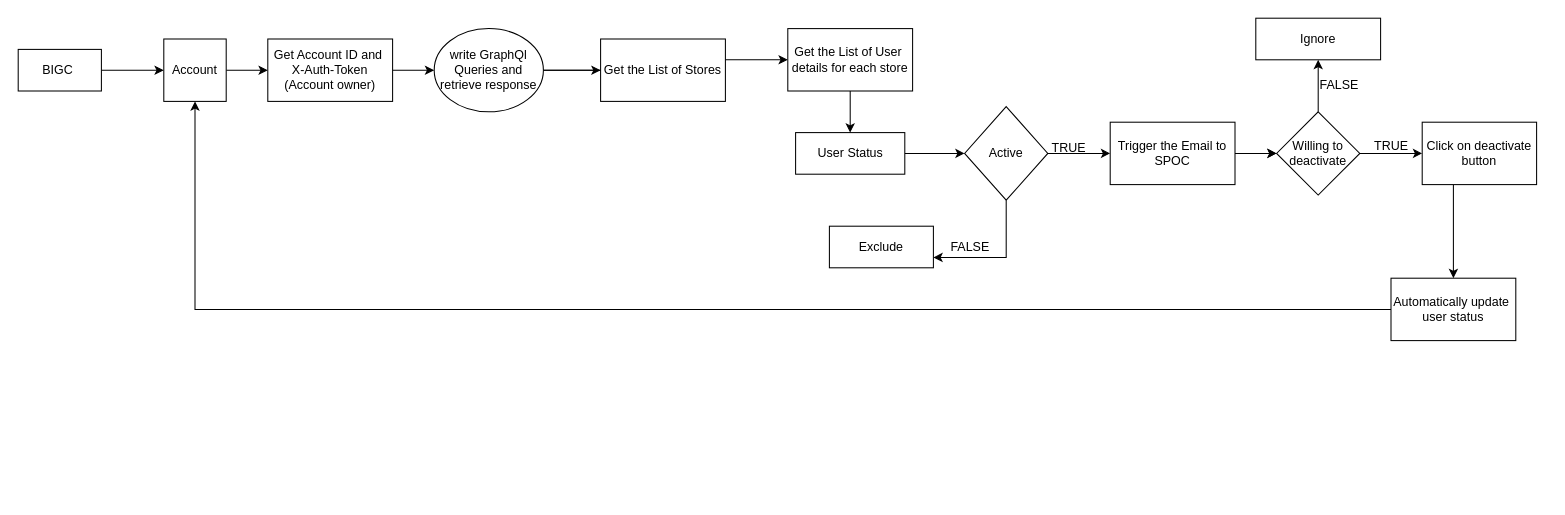
Earlier version of the draw.io diagram Untitled Diagram.drawio (Kavanam123/Archary-Game). Source tidied: cells renumbered, new cells numbered last; positions are measured from the earlier drawing's top-left corner, leaving out a move shared by most shapes. Both pictures are drawn from the tidied source at 104%, with x=0, y=0 at pixel (18, 18).
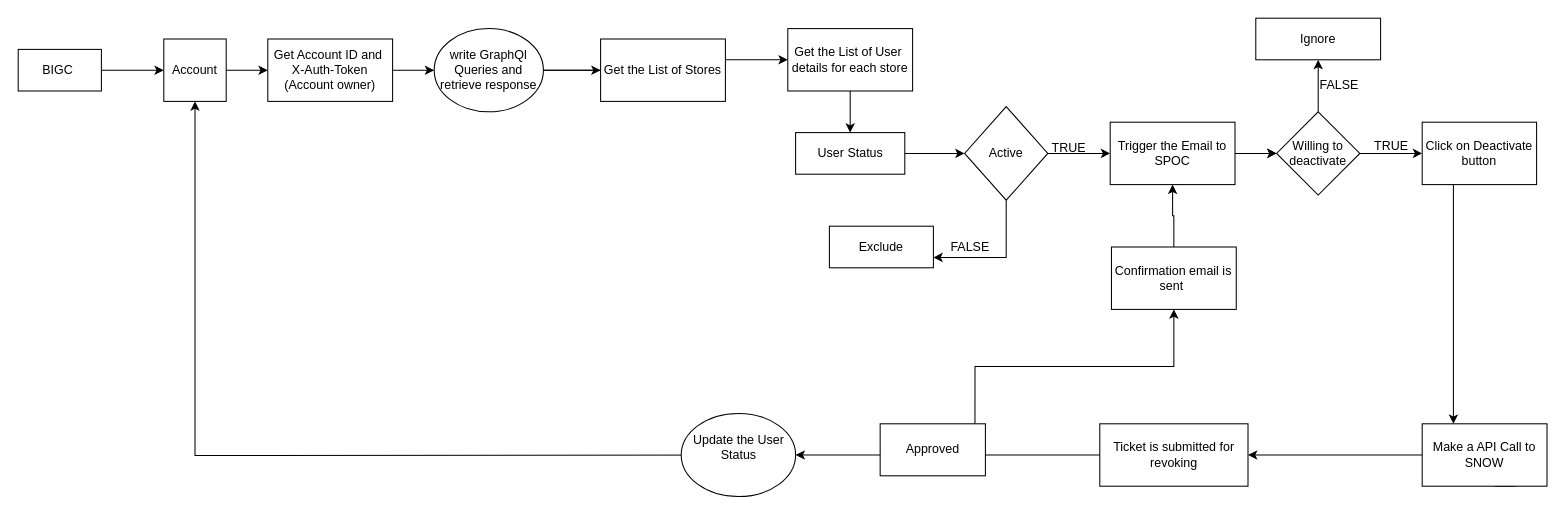
The same diagram, later.

Unchanged cells that the change refers to:
```xml
<mxCell id="5" value="Account" style="whiteSpace=wrap;html=1;rounded=0;" parent="1" vertex="1">
  <mxGeometry x="140" y="20" width="60" height="60" as="geometry" />
</mxCell>
<mxCell id="13" value="Trigger the Email to SPOC" style="whiteSpace=wrap;html=1;rounded=0;" parent="1" vertex="1">
  <mxGeometry x="1050" y="100" width="120" height="60" as="geometry" />
</mxCell>
```

What changed in the source:
```diff
@@
-    <mxCell id="28" value="Click on deactivate button" style="whiteSpace=wrap;html=1;rounded=0;" parent="1" vertex="1">
+    <mxCell id="28" value="Click on Deactivate button" style="whiteSpace=wrap;html=1;rounded=0;" parent="1" vertex="1">
       <mxGeometry x="1350" y="100" width="110" height="60" as="geometry" />
     </mxCell>
@@
-    <mxCell id="30" style="edgeStyle=orthogonalEdgeStyle;rounded=0;jettySize=auto;html=1;entryX=0.5;entryY=1;entryDx=0;entryDy=0;" parent="1" edge="1" source="31" target="5">
-      <mxGeometry relative="1" as="geometry" />
+    <mxCell id="30" style="edgeStyle=orthogonalEdgeStyle;rounded=0;jettySize=auto;html=1;entryX=0.5;entryY=1;entryDx=0;entryDy=0;exitX=0;exitY=0.5;exitDx=0;exitDy=0;" parent="1" edge="1" target="5">
+      <mxGeometry relative="1" as="geometry">
+        <mxPoint x="720" y="420" as="sourcePoint" />
+      </mxGeometry>
     </mxCell>
+    <mxCell id="35" style="edgeStyle=orthogonalEdgeStyle;rounded=0;jettySize=auto;html=1;entryX=1;entryY=0.5;entryDx=0;entryDy=0;" parent="1" edge="1" source="31" target="39">
+      <mxGeometry relative="1" as="geometry" />
+    </mxCell>
+    <mxCell id="36" style="edgeStyle=orthogonalEdgeStyle;rounded=0;jettySize=auto;html=1;exitX=0.75;exitY=1;exitDx=0;exitDy=0;" parent="1" edge="1" source="31">
+      <mxGeometry relative="1" as="geometry">
+        <mxPoint x="1420" y="440" as="targetPoint" />
+      </mxGeometry>
+    </mxCell>
-    <mxCell id="31" value="Automatically update&amp;nbsp;&lt;div&gt;user status&lt;/div&gt;" style="whiteSpace=wrap;html=1;rounded=0;" parent="1" vertex="1">
-      <mxGeometry x="1320" y="250" width="120" height="60" as="geometry" />
+    <mxCell id="31" value="Make a API Call to SNOW" style="whiteSpace=wrap;html=1;rounded=0;" parent="1" vertex="1">
+      <mxGeometry x="1350" y="390" width="120" height="60" as="geometry" />
     </mxCell>
@@
+    <mxCell id="37" style="edgeStyle=orthogonalEdgeStyle;rounded=0;jettySize=auto;html=1;entryX=1;entryY=0.5;entryDx=0;entryDy=0;" parent="1" edge="1" source="39" target="42">
+      <mxGeometry relative="1" as="geometry" />
+    </mxCell>
+    <mxCell id="38" style="edgeStyle=orthogonalEdgeStyle;rounded=0;jettySize=auto;html=1;exitX=0.901;exitY=0;exitDx=0;exitDy=0;exitPerimeter=0;" parent="1" edge="1" source="43" target="41">
+      <mxGeometry relative="1" as="geometry" />
+    </mxCell>
+    <mxCell id="39" value="Ticket is submitted for revoking" style="whiteSpace=wrap;html=1;rounded=0;" parent="1" vertex="1">
+      <mxGeometry x="1040" y="390" width="142.5" height="60" as="geometry" />
+    </mxCell>
+    <mxCell id="40" style="edgeStyle=orthogonalEdgeStyle;rounded=0;jettySize=auto;html=1;exitX=0.5;exitY=0;exitDx=0;exitDy=0;entryX=0.5;entryY=1;entryDx=0;entryDy=0;" parent="1" edge="1" source="41" target="13">
+      <mxGeometry relative="1" as="geometry" />
+    </mxCell>
+    <mxCell id="41" value="Confirmation email is sent&amp;nbsp;" style="whiteSpace=wrap;html=1;rounded=0;" parent="1" vertex="1">
+      <mxGeometry x="1051.2" y="220" width="120" height="60" as="geometry" />
+    </mxCell>
+    <mxCell id="42" value="&#10;&lt;span style=&quot;color: rgb(0, 0, 0); font-family: Helvetica; font-size: 12px; font-style: normal; font-variant-ligatures: normal; font-variant-caps: normal; font-weight: 400; letter-spacing: normal; orphans: 2; text-align: center; text-indent: 0px; text-transform: none; widows: 2; word-spacing: 0px; -webkit-text-stroke-width: 0px; white-space: normal; background-color: rgb(251, 251, 251); text-decoration-thickness: initial; text-decoration-style: initial; text-decoration-color: initial; display: inline !important; float: none;&quot;&gt;Update the User Status&lt;/span&gt;&#10;&#10;" style="ellipse;whiteSpace=wrap;html=1;rounded=0;" parent="1" vertex="1">
+      <mxGeometry x="637.5" y="380" width="110" height="80" as="geometry" />
+    </mxCell>
+    <mxCell id="43" value="Approved" style="whiteSpace=wrap;html=1;rounded=0;" parent="1" vertex="1">
+      <mxGeometry x="828.8" y="390" width="101.2" height="50" as="geometry" />
+    </mxCell>
```
